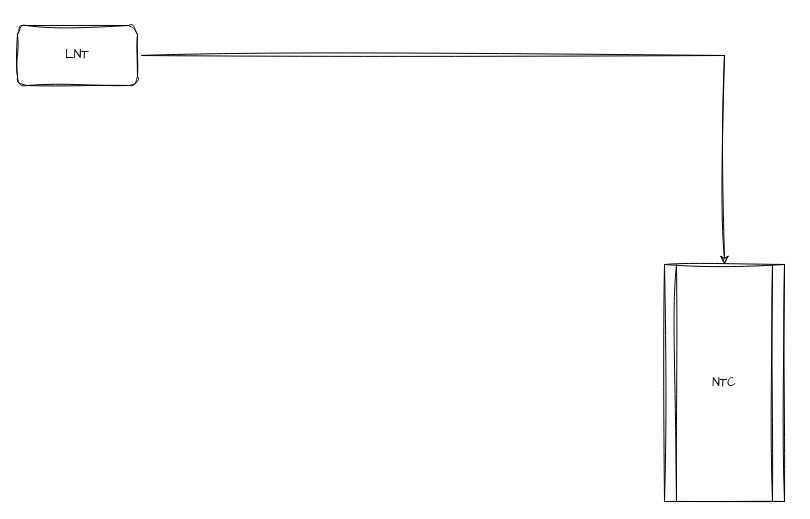
prameshbajra/drawio keeps this draw.io diagram as SMSTemplates.drawio. Above is the earlier version. Source tidied: cells renumbered, new cells numbered last; positions are measured from the earlier drawing's top-left corner, leaving out a move shared by most shapes. Both pictures are drawn from the tidied source at 100%, with x=0, y=0 at pixel (17, 25).
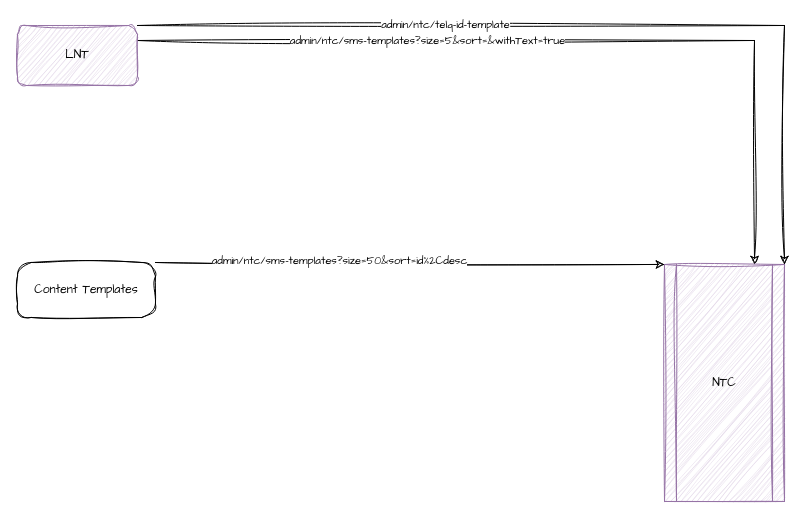
The same diagram, later.

Diff of the diagram source:
```diff
@@
 <mxGraphModel>
   <root>
     <mxCell id="0" />
     <mxCell id="1" parent="0" />
-    <mxCell id="2" style="edgeStyle=orthogonalEdgeStyle;rounded=0;sketch=1;hachureGap=4;jiggle=2;curveFitting=1;jettySize=auto;html=1;fontFamily=Architects Daughter;entryX=0.5;entryY=0;entryDx=0;entryDy=0;" parent="1" edge="1" source="3" target="4">
-      <mxGeometry relative="1" as="geometry" />
+    <mxCell id="2" style="edgeStyle=orthogonalEdgeStyle;rounded=0;sketch=1;hachureGap=4;jiggle=2;curveFitting=1;jettySize=auto;html=1;fontFamily=Architects Daughter;entryX=1;entryY=0;entryDx=0;entryDy=0;exitX=1;exitY=0;exitDx=0;exitDy=0;" parent="1" edge="1" source="3" target="4">
+      <mxGeometry relative="1" as="geometry">
+        <Array as="points">
+          <mxPoint x="767" />
+        </Array>
+      </mxGeometry>
     </mxCell>
+    <mxCell id="5" value="admin/ntc/telq-id-template" style="edgeLabel;html=1;align=center;verticalAlign=middle;sketch=1;hachureGap=4;jiggle=2;curveFitting=1;fontFamily=Architects Daughter;" parent="2" vertex="1">
+      <mxGeometry x="-0.49" y="2" relative="1" as="geometry">
+        <mxPoint x="81" as="offset" />
+      </mxGeometry>
+    </mxCell>
+    <mxCell id="6" value="admin/ntc/sms-templates?size=5&amp;amp;sort=&amp;amp;withText=true" style="edgeStyle=orthogonalEdgeStyle;rounded=0;sketch=1;hachureGap=4;jiggle=2;curveFitting=1;jettySize=auto;html=1;exitX=1;exitY=0.25;exitDx=0;exitDy=0;entryX=0.75;entryY=0;entryDx=0;entryDy=0;fontFamily=Architects Daughter;" parent="1" edge="1" source="3" target="4">
+      <mxGeometry x="-0.31" relative="1" as="geometry" />
+    </mxCell>
-    <mxCell id="3" value="LNT" style="rounded=1;whiteSpace=wrap;html=1;sketch=1;hachureGap=4;jiggle=2;curveFitting=1;fontFamily=Architects Daughter;" parent="1" vertex="1">
+    <mxCell id="3" value="LNT" style="rounded=1;whiteSpace=wrap;html=1;sketch=1;hachureGap=4;jiggle=2;curveFitting=1;fontFamily=Architects Daughter;fillColor=#e1d5e7;strokeColor=#9673a6;" parent="1" vertex="1">
       <mxGeometry width="120" height="60" as="geometry" />
     </mxCell>
-    <mxCell id="4" value="NTC" style="shape=process;whiteSpace=wrap;html=1;backgroundOutline=1;sketch=1;hachureGap=4;jiggle=2;curveFitting=1;fontFamily=Architects Daughter;" parent="1" vertex="1">
+    <mxCell id="4" value="NTC" style="shape=process;whiteSpace=wrap;html=1;backgroundOutline=1;sketch=1;hachureGap=4;jiggle=2;curveFitting=1;fontFamily=Architects Daughter;fillColor=#e1d5e7;strokeColor=#9673a6;" parent="1" vertex="1">
       <mxGeometry x="647" y="239" width="120" height="237" as="geometry" />
     </mxCell>
+    <mxCell id="7" value="Content Templates" style="rounded=1;whiteSpace=wrap;html=1;sketch=1;hachureGap=4;jiggle=2;curveFitting=1;fontFamily=Architects Daughter;arcSize=25;" parent="1" vertex="1">
+      <mxGeometry y="237" width="138" height="55" as="geometry" />
+    </mxCell>
+    <mxCell id="8" style="endArrow=classic;html=1;rounded=0;sketch=1;hachureGap=4;jiggle=2;curveFitting=1;fontFamily=Architects Daughter;exitX=1;exitY=0;exitDx=0;exitDy=0;entryX=0;entryY=0;entryDx=0;entryDy=0;" parent="1" edge="1" source="7" target="4">
+      <mxGeometry relative="1" as="geometry" />
+    </mxCell>
+    <mxCell id="9" value="admin/ntc/sms-templates?size=50&amp;amp;sort=id%2Cdesc" style="edgeLabel;html=1;align=center;verticalAlign=middle;sketch=1;hachureGap=4;jiggle=2;curveFitting=1;fontFamily=Architects Daughter;" parent="8" vertex="1">
+      <mxGeometry x="-0.28" y="3" relative="1" as="geometry" />
+    </mxCell>
   </root>
 </mxGraphModel>
```
